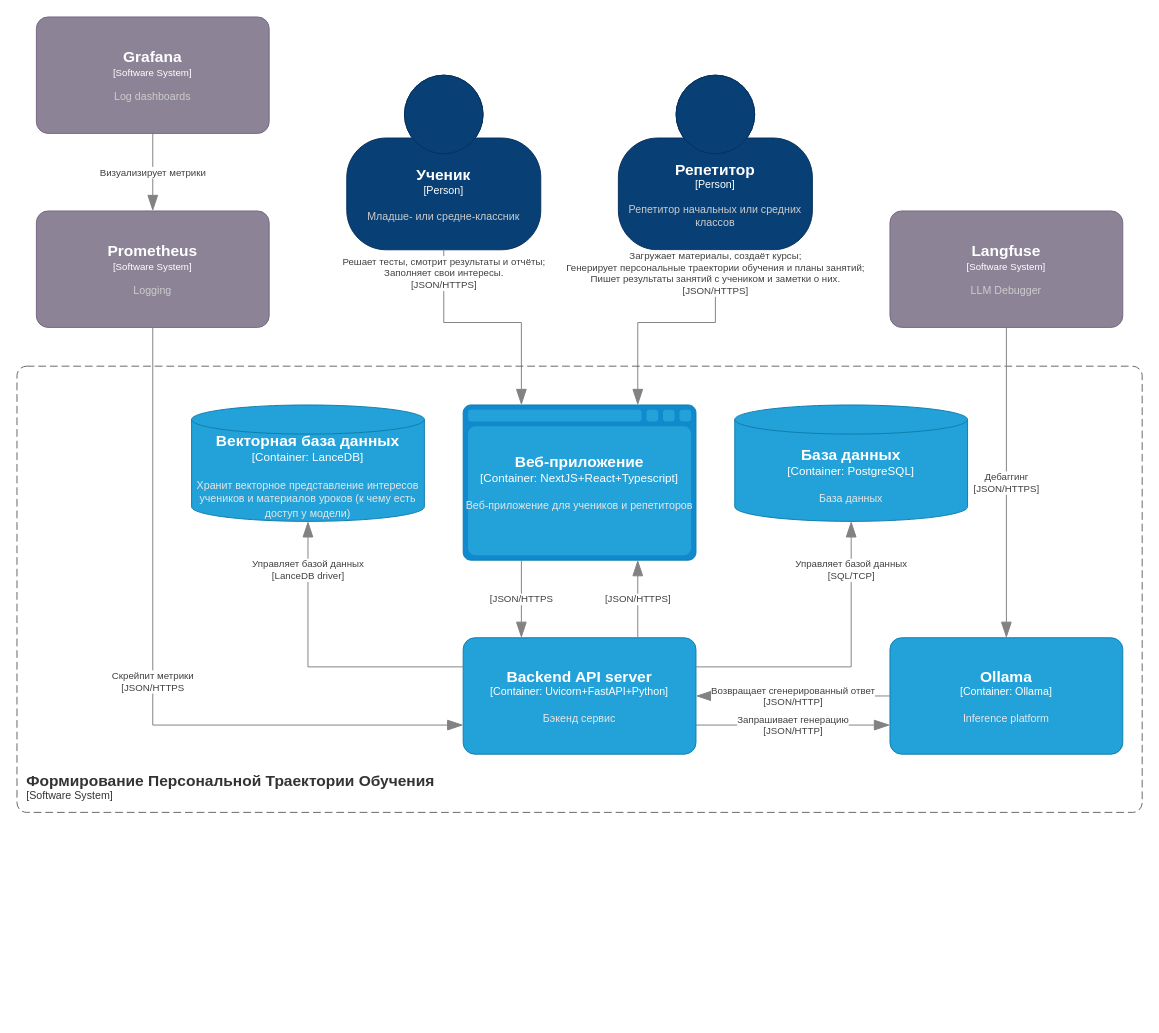
Earlier version of the draw.io diagram page "Container" (2 of 3) of docs/assets/c4-diagram.drawio (vstu-sii/bachelor-2025-team-make-it-simple). Source tidied: cells renumbered, new cells numbered last; positions are measured from the earlier drawing's top-left corner, leaving out a move shared by most shapes. Both pictures are drawn from the tidied source at 97%, with x=0, y=0 at pixel (16, 16).
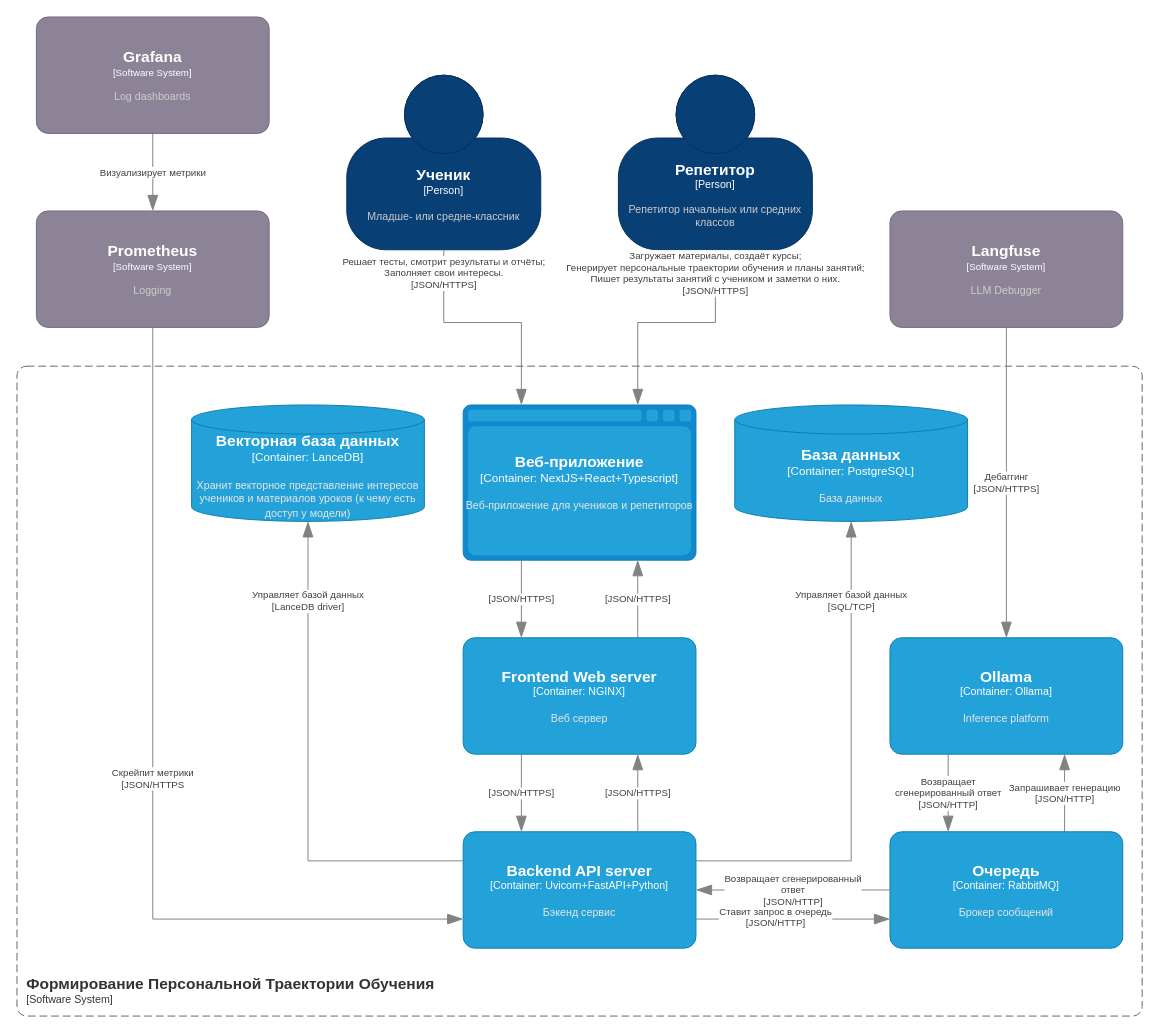
The same diagram, later.

The change refers to these unchanged cells:
```xml
<object id="6" label="&lt;font style=&quot;font-size: 16px&quot;&gt;&lt;b&gt;%c4Name%&lt;/b&gt;&lt;/font&gt;&lt;div&gt;[%c4Type%]&lt;/div&gt;&lt;br&gt;&lt;div&gt;&lt;font style=&quot;font-size: 11px&quot;&gt;&lt;font color=&quot;#cccccc&quot;&gt;%c4Description%&lt;/font&gt;&lt;/div&gt;" c4Description="Logging" c4Name="Prometheus" c4Type="Software System" placeholders="1">
  <mxCell style="rounded=1;whiteSpace=wrap;html=1;labelBackgroundColor=none;fillColor=#8C8496;fontColor=#ffffff;align=center;arcSize=10;strokeColor=#736782;points=[[0.25,0,0],[0.5,0,0],[0.75,0,0],[1,0.25,0],[1,0.5,0],[1,0.75,0],[0.75,1,0],[0.5,1,0],[0.25,1,0],[0,0.75,0],[0,0.5,0],[0,0.25,0]];fontFamily=Helvetica;fontSize=10;" parent="1" vertex="1">
    <mxGeometry x="20" y="200" width="240" height="120" as="geometry" />
  </mxCell>
</object>
<object id="11" label="&lt;font style=&quot;font-size: 16px&quot;&gt;&lt;b&gt;%c4Name%&lt;/b&gt;&lt;/font&gt;&lt;div&gt;[%c4Type%:&amp;nbsp;%c4Technology%]&lt;/div&gt;&lt;br&gt;&lt;div&gt;&lt;font style=&quot;font-size: 11px&quot;&gt;&lt;font color=&quot;#E6E6E6&quot;&gt;%c4Description%&lt;/font&gt;&lt;/div&gt;" c4Description="Веб-приложение для учеников и репетиторов" c4Name="Веб-приложение" c4Technology="NextJS+React+Typescript" c4Type="Container" placeholders="1">
  <mxCell style="shape=mxgraph.c4.webBrowserContainer2;whiteSpace=wrap;html=1;boundedLbl=1;rounded=0;labelBackgroundColor=none;strokeColor=#118ACD;fillColor=#23A2D9;strokeColor=#118ACD;strokeColor2=#0E7DAD;fontSize=12;fontColor=#ffffff;align=center;points=[[0,0.25,0,0,0],[0,0.5,0,0,0],[0,0.75,0,0,0],[0.25,0,0,0,0],[0.25,1,0,0,0],[0.5,0,0,0,0],[0.5,1,0,0,0],[0.75,0,0,0,0],[0.75,1,0,0,0],[1,0.25,0,0,0],[1,0.5,0,0,0],[1,0.75,0,0,0]];fontFamily=Helvetica;" parent="1" vertex="1">
    <mxGeometry x="460" y="400" width="240" height="160" as="geometry" />
  </mxCell>
</object>
<object id="22" label="&lt;font style=&quot;font-size: 16px&quot;&gt;&lt;b&gt;%c4Name%&lt;/b&gt;&lt;/font&gt;&lt;div&gt;[%c4Type%: %c4Technology%]&lt;/div&gt;&lt;br&gt;&lt;div&gt;&lt;font style=&quot;font-size: 11px&quot;&gt;&lt;font color=&quot;#E6E6E6&quot;&gt;%c4Description%&lt;/font&gt;&lt;/div&gt;" c4Description="Inference platform" c4Name="Ollama" c4Technology="Ollama" c4Type="Container" placeholders="1">
  <mxCell style="rounded=1;whiteSpace=wrap;html=1;fontSize=11;labelBackgroundColor=none;fillColor=#23A2D9;fontColor=#ffffff;align=center;arcSize=10;strokeColor=#0E7DAD;points=[[0.25,0,0],[0.5,0,0],[0.75,0,0],[1,0.25,0],[1,0.5,0],[1,0.75,0],[0.75,1,0],[0.5,1,0],[0.25,1,0],[0,0.75,0],[0,0.5,0],[0,0.25,0]];fontFamily=Helvetica;" parent="1" vertex="1">
    <mxGeometry x="900" y="640" width="240" height="120" as="geometry" />
  </mxCell>
</object>
```

The edit, as a diff of the source:
```diff
@@
     <object id="10" label="&lt;font style=&quot;font-size: 16px&quot;&gt;&lt;b&gt;&lt;div style=&quot;text-align: left&quot;&gt;%c4Name%&lt;/div&gt;&lt;/b&gt;&lt;/font&gt;&lt;div style=&quot;text-align: left&quot;&gt;[%c4Application%]&lt;/div&gt;" c4Application="Software System" c4Name="Формирование Персональной Траектории Обучения" placeholders="1">
       <mxCell style="rounded=1;fontSize=11;whiteSpace=wrap;html=1;dashed=1;arcSize=20;fillColor=none;strokeColor=#666666;fontColor=#333333;labelBackgroundColor=none;align=left;verticalAlign=bottom;labelBorderColor=none;spacingTop=0;spacing=10;dashPattern=8 4;perimeter=rectanglePerimeter;noLabel=0;labelPadding=0;absoluteArcSize=1;fontFamily=Helvetica;" parent="1" vertex="1">
-        <mxGeometry y="360" width="1160" height="460" as="geometry" />
+        <mxGeometry y="360" width="1160" height="670" as="geometry" />
       </mxCell>
     </object>
@@
     <object id="12" label="&lt;font style=&quot;font-size: 16px&quot;&gt;&lt;b&gt;%c4Name%&lt;/b&gt;&lt;/font&gt;&lt;div&gt;[%c4Type%: %c4Technology%]&lt;/div&gt;&lt;br&gt;&lt;div&gt;&lt;font style=&quot;font-size: 11px&quot;&gt;&lt;font color=&quot;#E6E6E6&quot;&gt;%c4Description%&lt;/font&gt;&lt;/div&gt;" c4Description="Бэкенд сервис" c4Name="Backend API server" c4Technology="Uvicorn+FastAPI+Python" c4Type="Container" placeholders="1">
       <mxCell style="rounded=1;whiteSpace=wrap;html=1;fontSize=11;labelBackgroundColor=none;fillColor=#23A2D9;fontColor=#ffffff;align=center;arcSize=10;strokeColor=#0E7DAD;points=[[0.25,0,0],[0.5,0,0],[0.75,0,0],[1,0.25,0],[1,0.5,0],[1,0.75,0],[0.75,1,0],[0.5,1,0],[0.25,1,0],[0,0.75,0],[0,0.5,0],[0,0.25,0]];fontFamily=Helvetica;" parent="1" vertex="1">
-        <mxGeometry x="460" y="640" width="240" height="120" as="geometry" />
+        <mxGeometry x="460" y="840" width="240" height="120" as="geometry" />
       </mxCell>
     </object>
-    <mxCell id="13" value="[JSON/HTTPS" style="edgeStyle=orthogonalEdgeStyle;shape=connector;rounded=0;jumpStyle=arc;jumpSize=16;jettySize=auto;html=1;exitX=0.25;exitY=1;exitDx=0;exitDy=0;exitPerimeter=0;entryX=0.25;entryY=0;entryDx=0;entryDy=0;entryPerimeter=0;strokeColor=#828282;strokeWidth=1;align=center;verticalAlign=middle;fontFamily=Helvetica;fontSize=10;fontColor=#404040;labelBackgroundColor=default;elbow=vertical;startSize=14;endArrow=blockThin;endFill=1;endSize=14;" parent="1" edge="1" source="11" target="12">
+    <mxCell id="13" value="&lt;div&gt;[JSON/HTTPS]&lt;/div&gt;" style="edgeStyle=orthogonalEdgeStyle;shape=connector;rounded=0;jumpStyle=arc;jumpSize=16;jettySize=auto;html=1;exitX=0.25;exitY=1;exitDx=0;exitDy=0;exitPerimeter=0;entryX=0.25;entryY=0;entryDx=0;entryDy=0;entryPerimeter=0;strokeColor=#828282;strokeWidth=1;align=center;verticalAlign=middle;fontFamily=Helvetica;fontSize=10;fontColor=#404040;labelBackgroundColor=default;elbow=vertical;startSize=14;endArrow=blockThin;endFill=1;endSize=14;" parent="1" edge="1" source="11" target="24">
       <mxGeometry relative="1" as="geometry" />
     </mxCell>
-    <mxCell id="14" value="[JSON/HTTPS]" style="edgeStyle=orthogonalEdgeStyle;shape=connector;rounded=0;jumpStyle=arc;jumpSize=16;jettySize=auto;html=1;exitX=0.75;exitY=0;exitDx=0;exitDy=0;exitPerimeter=0;entryX=0.75;entryY=1;entryDx=0;entryDy=0;entryPerimeter=0;strokeColor=#828282;strokeWidth=1;align=center;verticalAlign=middle;fontFamily=Helvetica;fontSize=10;fontColor=#404040;labelBackgroundColor=default;elbow=vertical;startSize=14;endArrow=blockThin;endFill=1;endSize=14;" parent="1" edge="1" source="12" target="11">
+    <mxCell id="14" value="[JSON/HTTPS]" style="edgeStyle=orthogonalEdgeStyle;shape=connector;rounded=0;jumpStyle=arc;jumpSize=16;jettySize=auto;html=1;exitX=0.75;exitY=0;exitDx=0;exitDy=0;exitPerimeter=0;entryX=0.75;entryY=1;entryDx=0;entryDy=0;entryPerimeter=0;strokeColor=#828282;strokeWidth=1;align=center;verticalAlign=middle;fontFamily=Helvetica;fontSize=10;fontColor=#404040;labelBackgroundColor=default;elbow=vertical;startSize=14;endArrow=blockThin;endFill=1;endSize=14;" parent="1" edge="1" source="24" target="11">
       <mxGeometry relative="1" as="geometry" />
     </mxCell>
@@
-    <mxCell id="16" value="Запрашивает генерацию&lt;br&gt;[JSON/HTTP]" style="edgeStyle=orthogonalEdgeStyle;shape=connector;rounded=0;jumpStyle=arc;jumpSize=16;jettySize=auto;html=1;entryX=0;entryY=0.75;entryDx=0;entryDy=0;entryPerimeter=0;strokeColor=#828282;strokeWidth=1;align=center;verticalAlign=middle;fontFamily=Helvetica;fontSize=10;fontColor=#404040;labelBackgroundColor=default;elbow=vertical;startSize=14;endArrow=blockThin;endFill=1;endSize=14;exitX=1;exitY=0.75;exitDx=0;exitDy=0;exitPerimeter=0;" parent="1" edge="1" source="12" target="22">
+    <mxCell id="16" value="Запрашивает генерацию&lt;br&gt;[JSON/HTTP]" style="edgeStyle=orthogonalEdgeStyle;shape=connector;rounded=0;jumpStyle=arc;jumpSize=16;jettySize=auto;html=1;entryX=0.75;entryY=1;entryDx=0;entryDy=0;entryPerimeter=0;strokeColor=#828282;strokeWidth=1;align=center;verticalAlign=middle;fontFamily=Helvetica;fontSize=10;fontColor=#404040;labelBackgroundColor=default;elbow=vertical;startSize=14;endArrow=blockThin;endFill=1;endSize=14;exitX=0.75;exitY=0;exitDx=0;exitDy=0;exitPerimeter=0;" parent="1" edge="1" source="27" target="22">
       <mxGeometry relative="1" as="geometry" />
     </mxCell>
@@
     <mxCell id="21" value="Скрейпит метрики&lt;br&gt;[JSON/HTTPS" style="edgeStyle=orthogonalEdgeStyle;shape=connector;rounded=0;jumpStyle=arc;jumpSize=16;jettySize=auto;html=1;entryX=0;entryY=0.75;entryDx=0;entryDy=0;entryPerimeter=0;strokeColor=#828282;strokeWidth=1;align=center;verticalAlign=middle;fontFamily=Helvetica;fontSize=10;fontColor=#404040;labelBackgroundColor=default;elbow=vertical;startSize=14;endArrow=blockThin;endFill=1;endSize=14;" parent="1" edge="1" source="6" target="12">
       <mxGeometry relative="1" as="geometry">
         <Array as="points">
-          <mxPoint x="140" y="730" />
+          <mxPoint x="140" y="930" />
         </Array>
       </mxGeometry>
     </mxCell>
@@
-    <mxCell id="23" value="Возвращает сгенерированный ответ&lt;br&gt;[JSON/HTTP]" style="edgeStyle=orthogonalEdgeStyle;shape=connector;rounded=0;jumpStyle=arc;jumpSize=16;jettySize=auto;html=1;exitX=0;exitY=0.5;exitDx=0;exitDy=0;exitPerimeter=0;entryX=1;entryY=0.5;entryDx=0;entryDy=0;entryPerimeter=0;strokeColor=#828282;strokeWidth=1;align=center;verticalAlign=middle;fontFamily=Helvetica;fontSize=10;fontColor=#404040;labelBackgroundColor=default;elbow=vertical;startSize=14;endArrow=blockThin;endFill=1;endSize=14;" parent="1" edge="1" source="22" target="12">
+    <mxCell id="23" value="Возвращает&lt;br&gt;сгенерированный ответ&lt;br&gt;[JSON/HTTP]" style="edgeStyle=orthogonalEdgeStyle;shape=connector;rounded=0;jumpStyle=arc;jumpSize=16;jettySize=auto;html=1;exitX=0.25;exitY=1;exitDx=0;exitDy=0;exitPerimeter=0;entryX=0.25;entryY=0;entryDx=0;entryDy=0;entryPerimeter=0;strokeColor=#828282;strokeWidth=1;align=center;verticalAlign=middle;fontFamily=Helvetica;fontSize=10;fontColor=#404040;labelBackgroundColor=default;elbow=vertical;startSize=14;endArrow=blockThin;endFill=1;endSize=14;" parent="1" edge="1" source="22" target="27">
       <mxGeometry relative="1" as="geometry" />
     </mxCell>
+    <object id="24" label="&lt;font style=&quot;font-size: 16px&quot;&gt;&lt;b&gt;%c4Name%&lt;/b&gt;&lt;/font&gt;&lt;div&gt;[%c4Type%: %c4Technology%]&lt;/div&gt;&lt;br&gt;&lt;div&gt;&lt;font style=&quot;font-size: 11px&quot;&gt;&lt;font color=&quot;#E6E6E6&quot;&gt;%c4Description%&lt;/font&gt;&lt;/div&gt;" c4Description="Веб сервер" c4Name="Frontend Web server" c4Technology="NGINX" c4Type="Container" placeholders="1">
+      <mxCell style="rounded=1;whiteSpace=wrap;html=1;fontSize=11;labelBackgroundColor=none;fillColor=#23A2D9;fontColor=#ffffff;align=center;arcSize=10;strokeColor=#0E7DAD;points=[[0.25,0,0],[0.5,0,0],[0.75,0,0],[1,0.25,0],[1,0.5,0],[1,0.75,0],[0.75,1,0],[0.5,1,0],[0.25,1,0],[0,0.75,0],[0,0.5,0],[0,0.25,0]];fontFamily=Helvetica;" parent="1" vertex="1">
+        <mxGeometry x="460" y="640" width="240" height="120" as="geometry" />
+      </mxCell>
+    </object>
+    <mxCell id="25" value="&lt;div&gt;[JSON/HTTPS]&lt;/div&gt;" style="edgeStyle=orthogonalEdgeStyle;shape=connector;rounded=0;jumpStyle=arc;jumpSize=16;jettySize=auto;html=1;exitX=0.25;exitY=1;exitDx=0;exitDy=0;exitPerimeter=0;entryX=0.25;entryY=0;entryDx=0;entryDy=0;entryPerimeter=0;strokeColor=#828282;strokeWidth=1;align=center;verticalAlign=middle;fontFamily=Helvetica;fontSize=10;fontColor=#404040;labelBackgroundColor=default;elbow=vertical;startSize=14;endArrow=blockThin;endFill=1;endSize=14;" parent="1" edge="1" source="24" target="12">
+      <mxGeometry relative="1" as="geometry" />
+    </mxCell>
+    <mxCell id="26" value="[JSON/HTTPS]" style="edgeStyle=orthogonalEdgeStyle;shape=connector;rounded=0;jumpStyle=arc;jumpSize=16;jettySize=auto;html=1;exitX=0.75;exitY=0;exitDx=0;exitDy=0;exitPerimeter=0;entryX=0.75;entryY=1;entryDx=0;entryDy=0;entryPerimeter=0;strokeColor=#828282;strokeWidth=1;align=center;verticalAlign=middle;fontFamily=Helvetica;fontSize=10;fontColor=#404040;labelBackgroundColor=default;elbow=vertical;startSize=14;endArrow=blockThin;endFill=1;endSize=14;" parent="1" edge="1" source="12" target="24">
+      <mxGeometry relative="1" as="geometry">
+        <Array as="points">
+          <mxPoint x="640" y="800" />
+          <mxPoint x="640" y="800" />
+        </Array>
+      </mxGeometry>
+    </mxCell>
+    <object id="27" label="&lt;font style=&quot;font-size: 16px&quot;&gt;&lt;b&gt;%c4Name%&lt;/b&gt;&lt;/font&gt;&lt;div&gt;[%c4Type%: %c4Technology%]&lt;/div&gt;&lt;br&gt;&lt;div&gt;&lt;font style=&quot;font-size: 11px&quot;&gt;&lt;font color=&quot;#E6E6E6&quot;&gt;%c4Description%&lt;/font&gt;&lt;/div&gt;" c4Description="Брокер сообщений" c4Name="Очередь" c4Technology="RabbitMQ" c4Type="Container" placeholders="1">
+      <mxCell style="rounded=1;whiteSpace=wrap;html=1;fontSize=11;labelBackgroundColor=none;fillColor=#23A2D9;fontColor=#ffffff;align=center;arcSize=10;strokeColor=#0E7DAD;points=[[0.25,0,0],[0.5,0,0],[0.75,0,0],[1,0.25,0],[1,0.5,0],[1,0.75,0],[0.75,1,0],[0.5,1,0],[0.25,1,0],[0,0.75,0],[0,0.5,0],[0,0.25,0]];fontFamily=Helvetica;" parent="1" vertex="1">
+        <mxGeometry x="900" y="840" width="240" height="120" as="geometry" />
+      </mxCell>
+    </object>
+    <mxCell id="28" style="edgeStyle=orthogonalEdgeStyle;shape=connector;rounded=0;jumpStyle=arc;jumpSize=16;jettySize=auto;html=1;exitX=1;exitY=0.75;exitDx=0;exitDy=0;exitPerimeter=0;entryX=0;entryY=0.75;entryDx=0;entryDy=0;entryPerimeter=0;strokeColor=#828282;strokeWidth=1;align=center;verticalAlign=middle;fontFamily=Helvetica;fontSize=10;fontColor=#404040;labelBackgroundColor=default;elbow=vertical;startSize=14;endArrow=blockThin;endFill=1;endSize=14;" parent="1" edge="1" source="12" target="27">
+      <mxGeometry relative="1" as="geometry" />
+    </mxCell>
+    <mxCell id="29" value="&lt;div&gt;Ставит запрос в очередь&lt;/div&gt;&lt;div&gt;[JSON/HTTP]&lt;/div&gt;" style="edgeLabel;html=1;align=center;verticalAlign=middle;fontFamily=Helvetica;fontSize=10;fontColor=#404040;labelBackgroundColor=default;" parent="28" vertex="1">
+      <mxGeometry x="-0.19" y="3" relative="1" as="geometry" />
+    </mxCell>
+    <mxCell id="30" value="Возвращает сгенерированный&lt;br&gt;ответ&lt;br&gt;[JSON/HTTP]" style="edgeStyle=orthogonalEdgeStyle;shape=connector;rounded=0;jumpStyle=arc;jumpSize=16;jettySize=auto;html=1;exitX=0;exitY=0.5;exitDx=0;exitDy=0;exitPerimeter=0;entryX=1;entryY=0.5;entryDx=0;entryDy=0;entryPerimeter=0;strokeColor=#828282;strokeWidth=1;align=center;verticalAlign=middle;fontFamily=Helvetica;fontSize=10;fontColor=#404040;labelBackgroundColor=default;elbow=vertical;startSize=14;endArrow=blockThin;endFill=1;endSize=14;" parent="1" edge="1" source="27" target="12">
+      <mxGeometry relative="1" as="geometry" />
+    </mxCell>
```
